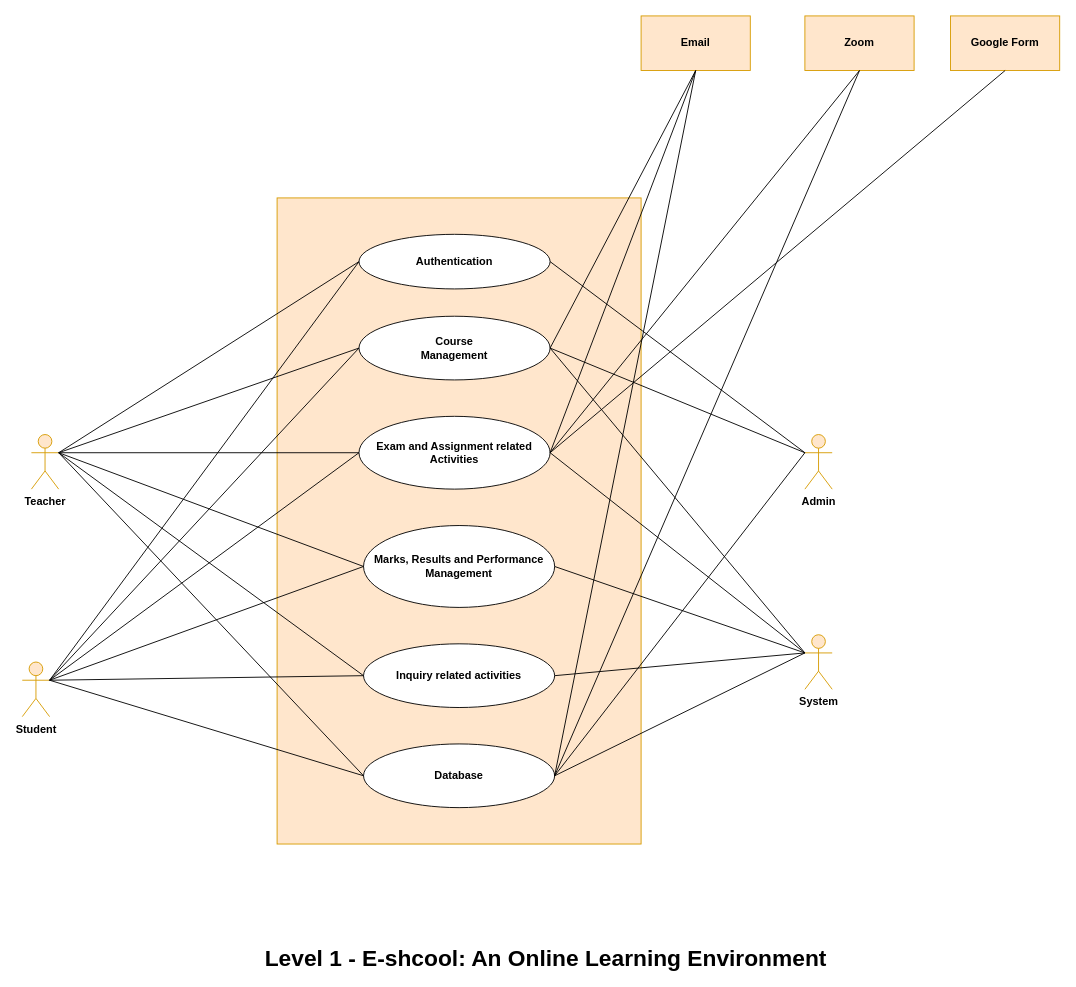
The draw.io diagram page "UC level 1" (2 of 41) of Resource_Specification/Diagrams.drawio in shirrsho/E-shcool, before the edit. Source tidied: cells renumbered, new cells numbered last; positions are measured from the earlier drawing's top-left corner, leaving out a move shared by most shapes. Both pictures are drawn from the tidied source at 91%, with x=0, y=0 at pixel (22, 15).
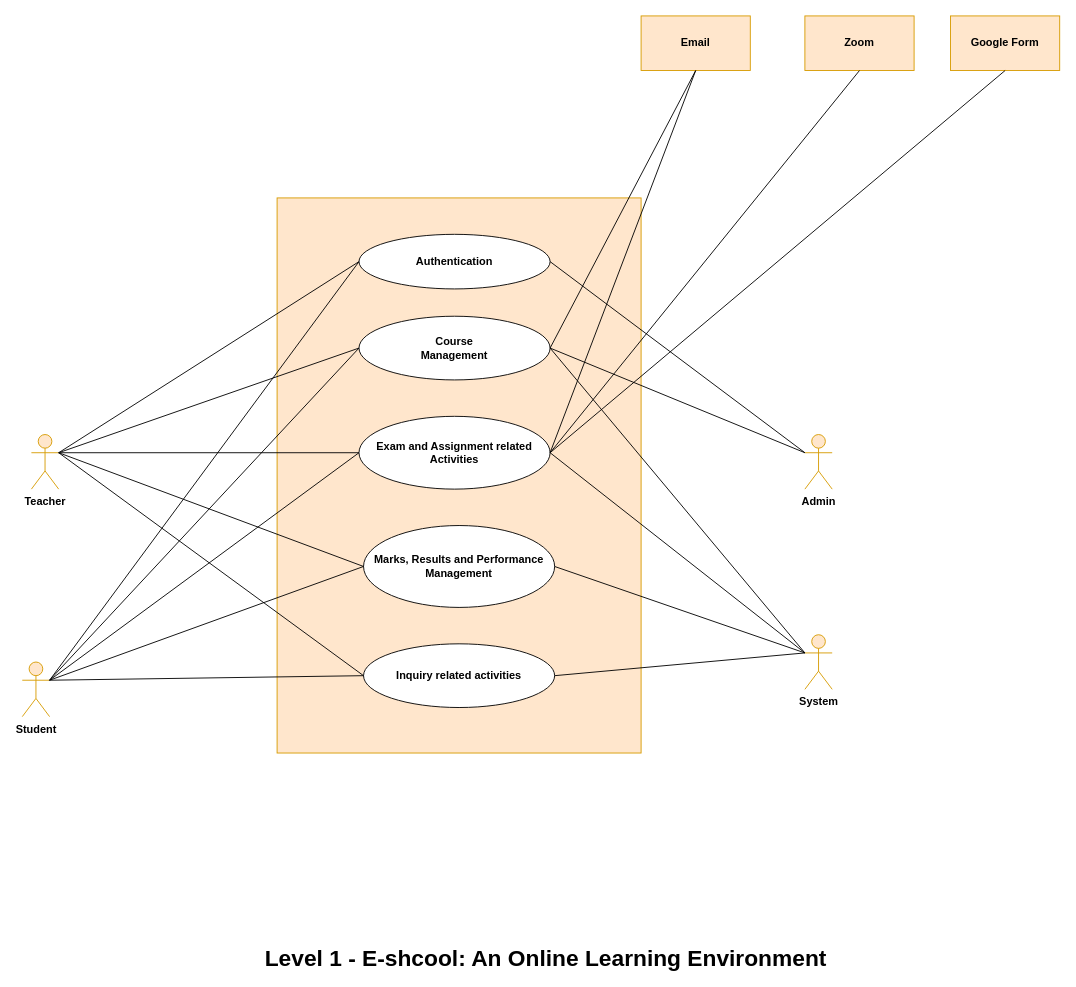
The same page after the edit.

The change refers to these unchanged cells:
```xml
<mxCell id="3" value="&lt;b&gt;Admin&lt;/b&gt;" style="shape=umlActor;verticalLabelPosition=bottom;verticalAlign=top;html=1;outlineConnect=0;fillColor=#ffe6cc;strokeColor=#d79b00;" parent="1" vertex="1">
  <mxGeometry x="860" y="460" width="30" height="60" as="geometry" />
</mxCell>
<mxCell id="4" value="&lt;b&gt;Teacher&lt;/b&gt;" style="shape=umlActor;verticalLabelPosition=bottom;verticalAlign=top;html=1;outlineConnect=0;fillColor=#ffe6cc;strokeColor=#d79b00;" parent="1" vertex="1">
  <mxGeometry x="10" y="460" width="30" height="60" as="geometry" />
</mxCell>
<mxCell id="6" value="&lt;b&gt;Email&lt;/b&gt;" style="rounded=0;whiteSpace=wrap;html=1;fillColor=#ffe6cc;strokeColor=#d79b00;" parent="1" vertex="1">
  <mxGeometry x="680" width="120" height="60" as="geometry" />
</mxCell>
<mxCell id="7" value="&lt;b&gt;Zoom&lt;/b&gt;" style="rounded=0;whiteSpace=wrap;html=1;fillColor=#ffe6cc;strokeColor=#d79b00;" parent="1" vertex="1">
  <mxGeometry x="860" width="120" height="60" as="geometry" />
</mxCell>
```

The edit, as a diff of the source:
```diff
@@
     <mxCell id="2" style="rounded=0;whiteSpace=wrap;html=1;fillColor=#ffe6cc;strokeColor=#d79b00;" parent="1" vertex="1">
-      <mxGeometry x="280" y="200" width="400" height="710" as="geometry" />
+      <mxGeometry x="280" y="200" width="400" height="610" as="geometry" />
     </mxCell>
@@
-    <mxCell id="24" value="&lt;b&gt;Database&lt;/b&gt;" style="ellipse;whiteSpace=wrap;html=1;" parent="1" vertex="1">
-      <mxGeometry x="375" y="800" width="210" height="70" as="geometry" />
-    </mxCell>
-    <mxCell id="25" style="endArrow=none;html=1;rounded=0;fontSize=20;exitX=0;exitY=0.5;exitDx=0;exitDy=0;" parent="1" edge="1" source="24">
-      <mxGeometry relative="1" as="geometry">
-        <mxPoint x="30" y="730" as="targetPoint" />
-      </mxGeometry>
-    </mxCell>
-    <mxCell id="26" style="endArrow=none;html=1;rounded=0;fontSize=20;entryX=1;entryY=0.3333333333333333;entryDx=0;entryDy=0;entryPerimeter=0;exitX=0;exitY=0.5;exitDx=0;exitDy=0;" parent="1" edge="1" source="24" target="4">
-      <mxGeometry relative="1" as="geometry" />
-    </mxCell>
-    <mxCell id="27" style="endArrow=none;html=1;rounded=0;fontSize=20;entryX=0;entryY=0.3333333333333333;entryDx=0;entryDy=0;entryPerimeter=0;exitX=1;exitY=0.5;exitDx=0;exitDy=0;" parent="1" edge="1" source="24" target="3">
-      <mxGeometry relative="1" as="geometry" />
-    </mxCell>
@@
-    <mxCell id="37" style="endArrow=none;html=1;rounded=0;fontSize=20;exitX=1;exitY=0.5;exitDx=0;exitDy=0;" parent="1" edge="1" source="24">
-      <mxGeometry relative="1" as="geometry">
-        <mxPoint x="860" y="700" as="targetPoint" />
-      </mxGeometry>
-    </mxCell>
@@
-    <mxCell id="39" style="endArrow=none;html=1;rounded=0;fontSize=20;entryX=0.5;entryY=1;entryDx=0;entryDy=0;exitX=1;exitY=0.5;exitDx=0;exitDy=0;" parent="1" edge="1" source="24" target="6">
-      <mxGeometry relative="1" as="geometry" />
-    </mxCell>
-    <mxCell id="40" style="endArrow=none;html=1;rounded=0;fontSize=20;exitX=0.5;exitY=1;exitDx=0;exitDy=0;entryX=1;entryY=0.5;entryDx=0;entryDy=0;" parent="1" edge="1" source="7" target="24">
-      <mxGeometry relative="1" as="geometry" />
-    </mxCell>
```
